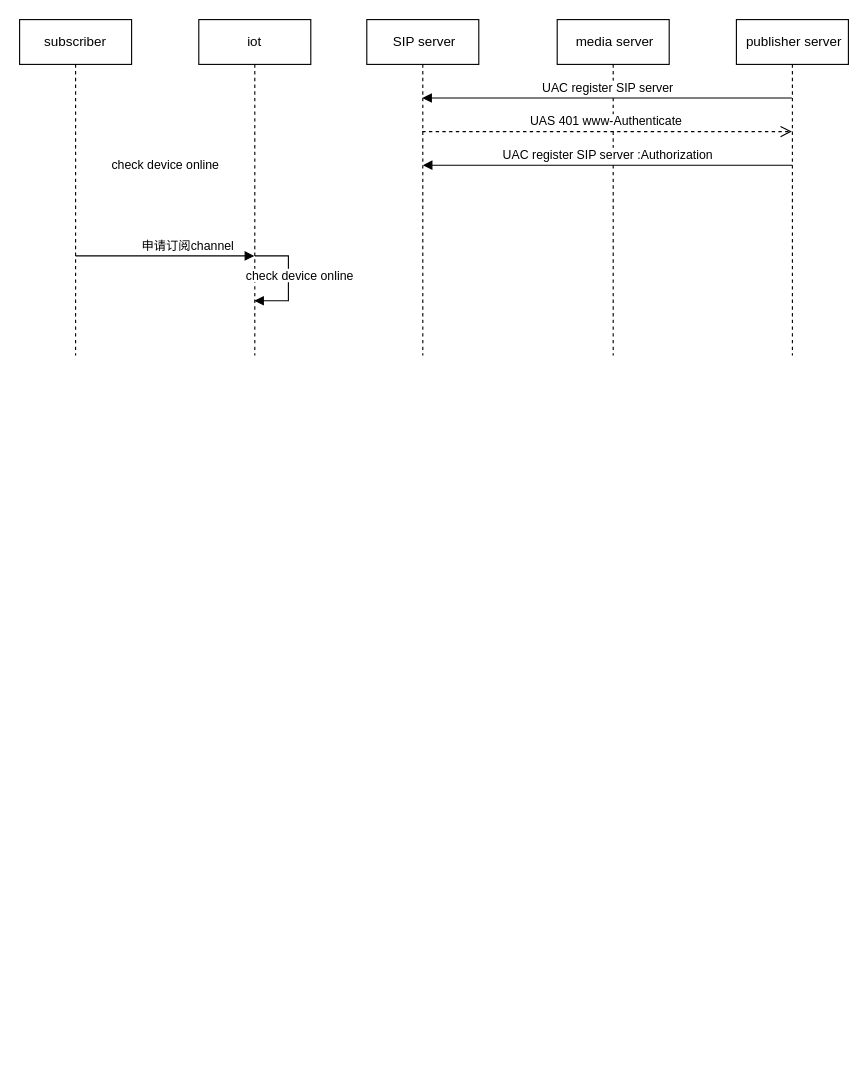
Above: SIP-SRS.drawio in cqu20141693/draw.io (draw.io), before the change. Source tidied: cells renumbered, new cells numbered last; positions are measured from the earlier drawing's top-left corner, leaving out a move shared by most shapes. Both pictures are drawn from the tidied source at 112%, with x=0, y=0 at pixel (19, 19).
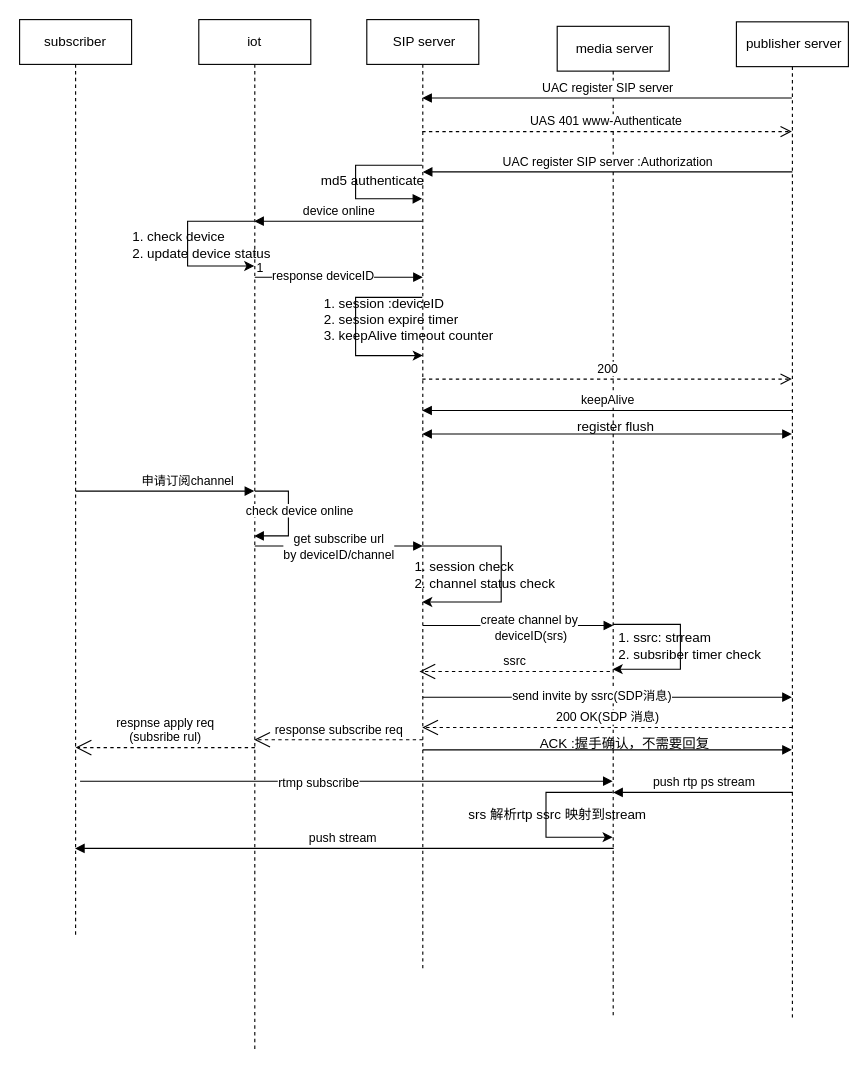
After the change.

Diff of the diagram source:
```diff
@@
     <mxCell id="2" value="subscriber" style="shape=umlLifeline;perimeter=lifelinePerimeter;whiteSpace=wrap;html=1;outlineConnect=0;" parent="1" vertex="1">
-      <mxGeometry width="100" height="300" as="geometry" />
+      <mxGeometry width="100" height="820" as="geometry" />
     </mxCell>
     <mxCell id="3" value="申请订阅channel" style="html=1;verticalAlign=bottom;endArrow=block;rounded=0;" parent="2" edge="1">
       <mxGeometry x="0.25" relative="1" as="geometry">
-        <mxPoint x="50" y="211" as="sourcePoint" />
-        <mxPoint x="209.5" y="211" as="targetPoint" />
+        <mxPoint x="50" y="421" as="sourcePoint" />
+        <mxPoint x="209.5" y="421" as="targetPoint" />
       </mxGeometry>
     </mxCell>
     <mxCell id="4" value="&amp;nbsp;SIP server" style="shape=umlLifeline;perimeter=lifelinePerimeter;whiteSpace=wrap;html=1;outlineConnect=0;" parent="1" vertex="1">
-      <mxGeometry x="310" width="100" height="300" as="geometry" />
+      <mxGeometry x="310" width="100" height="850" as="geometry" />
     </mxCell>
+    <mxCell id="14" value="md5 authenticate" style="text;html=1;align=center;verticalAlign=middle;strokeColor=none;fillColor=none;" parent="4" vertex="1">
+      <mxGeometry x="-50" y="134" width="110" height="20" as="geometry" />
+    </mxCell>
+    <mxCell id="15" style="endArrow=block;endFill=1;html=1;edgeStyle=orthogonalEdgeStyle;align=left;verticalAlign=top;rounded=0;" parent="4" edge="1">
+      <mxGeometry x="-1" relative="1" as="geometry">
+        <mxPoint x="-100" y="230" as="sourcePoint" />
+        <mxPoint x="50" y="230" as="targetPoint" />
+      </mxGeometry>
+    </mxCell>
+    <mxCell id="16" value="1" style="edgeLabel;html=1;align=left;verticalAlign=bottom;" parent="15" vertex="1">
+      <mxGeometry x="-1" relative="1" as="geometry" />
+    </mxCell>
+    <mxCell id="17" value="response deviceID" style="edgeLabel;html=1;align=center;verticalAlign=middle;" parent="15" vertex="1">
+      <mxGeometry x="-0.2" y="2" relative="1" as="geometry" />
+    </mxCell>
+    <mxCell id="18" style="html=1;verticalAlign=bottom;endArrow=block;rounded=0;" parent="4" edge="1">
+      <mxGeometry relative="1" as="geometry">
+        <mxPoint x="-100" y="470" as="sourcePoint" />
+        <mxPoint x="50" y="470" as="targetPoint" />
+      </mxGeometry>
+    </mxCell>
+    <mxCell id="19" value="get subscribe url &lt;br&gt;by deviceID/channel" style="edgeLabel;html=1;align=center;verticalAlign=middle;" parent="18" vertex="1">
+      <mxGeometry x="-0.21" relative="1" as="geometry">
+        <mxPoint x="15" as="offset" />
+      </mxGeometry>
+    </mxCell>
+    <mxCell id="20" value="response subscribe req" style="endArrow=open;endSize=12;dashed=1;html=1;rounded=0;verticalAlign=bottom;" parent="4" edge="1">
+      <mxGeometry relative="1" as="geometry">
+        <mxPoint x="50" y="643" as="sourcePoint" />
+        <mxPoint x="-100.5" y="643" as="targetPoint" />
+        <Array as="points">
+          <mxPoint x="-39.5" y="643" />
+        </Array>
+      </mxGeometry>
+    </mxCell>
     <mxCell id="5" value="&amp;nbsp;media server" style="shape=umlLifeline;perimeter=lifelinePerimeter;whiteSpace=wrap;html=1;outlineConnect=0;" parent="1" vertex="1">
-      <mxGeometry x="480" width="100" height="300" as="geometry" />
+      <mxGeometry x="480" y="6" width="100" height="884" as="geometry" />
     </mxCell>
@@
+    <mxCell id="21" style="html=1;verticalAlign=bottom;endArrow=block;rounded=0;" parent="5" edge="1">
+      <mxGeometry relative="1" as="geometry">
+        <mxPoint x="-120" y="535" as="sourcePoint" />
+        <mxPoint x="50" y="535" as="targetPoint" />
+      </mxGeometry>
+    </mxCell>
+    <mxCell id="22" value="create channel by&lt;br&gt;&amp;nbsp;deviceID(srs)" style="edgeLabel;html=1;align=center;verticalAlign=middle;" parent="21" vertex="1">
+      <mxGeometry x="0.1" y="-1" relative="1" as="geometry" />
+    </mxCell>
+    <mxCell id="23" style="edgeStyle=segmentEdgeStyle;endArrow=classic;html=1;rounded=0;verticalAlign=bottom;" parent="5" edge="1">
+      <mxGeometry relative="1" as="geometry">
+        <mxPoint x="49.5" y="684" as="sourcePoint" />
+        <mxPoint x="49.5" y="724" as="targetPoint" />
+        <Array as="points">
+          <mxPoint x="-10" y="684" />
+          <mxPoint x="-10" y="724" />
+        </Array>
+      </mxGeometry>
+    </mxCell>
+    <mxCell id="24" value="push stream&amp;nbsp;" style="html=1;verticalAlign=bottom;endArrow=block;rounded=0;" parent="5" edge="1" target="2">
+      <mxGeometry relative="1" as="geometry">
+        <mxPoint x="50.5" y="734" as="sourcePoint" />
+      </mxGeometry>
+    </mxCell>
     <mxCell id="7" value="&amp;nbsp;publisher server" style="shape=umlLifeline;perimeter=lifelinePerimeter;whiteSpace=wrap;html=1;outlineConnect=0;" parent="1" vertex="1">
-      <mxGeometry x="640" width="100" height="300" as="geometry" />
+      <mxGeometry x="640" y="2" width="100" height="890" as="geometry" />
     </mxCell>
+    <mxCell id="25" value="keepAlive" style="html=1;verticalAlign=bottom;endArrow=block;rounded=0;" parent="7" edge="1">
+      <mxGeometry relative="1" as="geometry">
+        <mxPoint x="50" y="347" as="sourcePoint" />
+        <mxPoint x="-280.5" y="347" as="targetPoint" />
+      </mxGeometry>
+    </mxCell>
+    <mxCell id="26" value="200 OK(SDP 消息)" style="endArrow=open;endSize=12;dashed=1;html=1;rounded=0;verticalAlign=bottom;" parent="7" edge="1" target="4">
+      <mxGeometry relative="1" as="geometry">
+        <mxPoint x="50" y="630" as="sourcePoint" />
+        <Array as="points">
+          <mxPoint x="-39.5" y="630" />
+        </Array>
+      </mxGeometry>
+    </mxCell>
+    <mxCell id="27" style="html=1;verticalAlign=bottom;endArrow=block;rounded=0;" parent="7" edge="1">
+      <mxGeometry relative="1" as="geometry">
+        <mxPoint x="-280" y="650" as="sourcePoint" />
+        <mxPoint x="49.5" y="650" as="targetPoint" />
+      </mxGeometry>
+    </mxCell>
     <mxCell id="8" value="iot" style="shape=umlLifeline;perimeter=lifelinePerimeter;whiteSpace=wrap;html=1;" parent="1" vertex="1">
-      <mxGeometry x="160" width="100" height="300" as="geometry" />
+      <mxGeometry x="160" width="100" height="920" as="geometry" />
     </mxCell>
     <mxCell id="9" style="html=1;verticalAlign=bottom;endArrow=block;rounded=0;" parent="8" edge="1">
       <mxGeometry x="-0.01" y="10" relative="1" as="geometry">
-        <mxPoint x="50" y="211" as="sourcePoint" />
-        <mxPoint x="49.5" y="251" as="targetPoint" />
+        <mxPoint x="50" y="421" as="sourcePoint" />
+        <mxPoint x="49.5" y="461" as="targetPoint" />
         <Array as="points">
-          <mxPoint x="80" y="211" />
-          <mxPoint x="80" y="251" />
+          <mxPoint x="80" y="421" />
+          <mxPoint x="80" y="461" />
         </Array>
       </mxGeometry>
     </mxCell>
+    <mxCell id="28" style="edgeStyle=segmentEdgeStyle;endArrow=classic;html=1;rounded=0;" parent="8" edge="1">
+      <mxGeometry relative="1" as="geometry">
+        <mxPoint x="49.5" y="180" as="sourcePoint" />
+        <mxPoint x="49.5" y="220" as="targetPoint" />
+        <Array as="points">
+          <mxPoint x="-10" y="180" />
+          <mxPoint x="-10" y="220" />
+        </Array>
+      </mxGeometry>
+    </mxCell>
+    <mxCell id="29" value="respnse apply req&lt;br&gt;(subsribe rul)" style="endArrow=open;endSize=12;dashed=1;html=1;rounded=0;verticalAlign=bottom;" parent="8" edge="1">
+      <mxGeometry relative="1" as="geometry">
+        <mxPoint x="50" y="650" as="sourcePoint" />
+        <mxPoint x="-110" y="650" as="targetPoint" />
+        <Array as="points">
+          <mxPoint x="-39.5" y="650" />
+        </Array>
+      </mxGeometry>
+    </mxCell>
     <mxCell id="10" value="&lt;span style=&quot;font-size: 11px ; background-color: rgb(255 , 255 , 255)&quot;&gt;check device online&lt;/span&gt;" style="text;html=1;align=center;verticalAlign=middle;strokeColor=none;fillColor=none;" parent="1" vertex="1">
-      <mxGeometry x="190" y="219" width="120" height="20" as="geometry" />
+      <mxGeometry x="190" y="429" width="120" height="20" as="geometry" />
     </mxCell>
@@
-    <mxCell id="13" value="&lt;span style=&quot;font-size: 11px ; background-color: rgb(255 , 255 , 255)&quot;&gt;check device online&lt;/span&gt;" style="text;html=1;align=center;verticalAlign=middle;strokeColor=none;fillColor=none;" parent="1" vertex="1">
-      <mxGeometry x="70" y="120" width="120" height="20" as="geometry" />
-    </mxCell>
+    <mxCell id="30" style="html=1;verticalAlign=bottom;endArrow=block;rounded=0;" parent="1" edge="1" source="4" target="4">
+      <mxGeometry relative="1" as="geometry">
+        <Array as="points">
+          <mxPoint x="330" y="130" />
+          <mxPoint x="310" y="130" />
+          <mxPoint x="300" y="130" />
+          <mxPoint x="300" y="140" />
+          <mxPoint x="300" y="150" />
+          <mxPoint x="300" y="160" />
+          <mxPoint x="330" y="160" />
+        </Array>
+      </mxGeometry>
+    </mxCell>
+    <mxCell id="31" style="edgeStyle=segmentEdgeStyle;endArrow=classic;html=1;rounded=0;" parent="1" edge="1">
+      <mxGeometry relative="1" as="geometry">
+        <mxPoint x="359.5" y="248" as="sourcePoint" />
+        <mxPoint x="360" y="300" as="targetPoint" />
+        <Array as="points">
+          <mxPoint x="300" y="248" />
+          <mxPoint x="300" y="300" />
+          <mxPoint x="360" y="300" />
+        </Array>
+      </mxGeometry>
+    </mxCell>
+    <mxCell id="32" value="1. session :deviceID&lt;br&gt;2. session expire timer&lt;br&gt;3. keepAlive timeout counter" style="text;html=1;align=left;verticalAlign=middle;strokeColor=none;fillColor=none;" parent="1" vertex="1">
+      <mxGeometry x="270" y="243" width="170" height="50" as="geometry" />
+    </mxCell>
+    <mxCell id="33" value="device online" style="html=1;verticalAlign=bottom;endArrow=block;rounded=0;" parent="1" edge="1">
+      <mxGeometry relative="1" as="geometry">
+        <mxPoint x="359.5" y="180" as="sourcePoint" />
+        <mxPoint x="209.5" y="180" as="targetPoint" />
+        <Array as="points">
+          <mxPoint x="300" y="180" />
+        </Array>
+      </mxGeometry>
+    </mxCell>
+    <mxCell id="34" value="1. check device&lt;br&gt;2. update device status" style="text;html=1;align=left;verticalAlign=middle;strokeColor=none;fillColor=none;" parent="1" vertex="1">
+      <mxGeometry x="99" y="186" width="140" height="30" as="geometry" />
+    </mxCell>
+    <mxCell id="35" value="200" style="html=1;verticalAlign=bottom;endArrow=open;dashed=1;endSize=8;rounded=0;" parent="1" edge="1">
+      <mxGeometry relative="1" as="geometry">
+        <mxPoint x="359.5" y="321" as="sourcePoint" />
+        <mxPoint x="689.5" y="321" as="targetPoint" />
+        <Array as="points">
+          <mxPoint x="400" y="321" />
+        </Array>
+      </mxGeometry>
+    </mxCell>
+    <mxCell id="36" style="endArrow=block;startArrow=block;endFill=1;startFill=1;html=1;rounded=0;verticalAlign=bottom;" parent="1" edge="1">
+      <mxGeometry relative="1" as="geometry">
+        <mxPoint x="359.5" y="370" as="sourcePoint" />
+        <mxPoint x="689.5" y="370" as="targetPoint" />
+        <Array as="points">
+          <mxPoint x="540" y="370" />
+        </Array>
+      </mxGeometry>
+    </mxCell>
+    <mxCell id="37" value="register flush" style="text;html=1;align=center;verticalAlign=middle;strokeColor=none;fillColor=none;" parent="1" vertex="1">
+      <mxGeometry x="492" y="354" width="80" height="20" as="geometry" />
+    </mxCell>
+    <mxCell id="38" value="1. session check&lt;br&gt;2. channel status check" style="text;html=1;align=left;verticalAlign=middle;strokeColor=none;fillColor=none;" parent="1" vertex="1">
+      <mxGeometry x="351" y="481" width="140" height="30" as="geometry" />
+    </mxCell>
+    <mxCell id="39" style="html=1;verticalAlign=bottom;endArrow=block;rounded=0;" parent="1" edge="1">
+      <mxGeometry relative="1" as="geometry">
+        <mxPoint x="360" y="605" as="sourcePoint" />
+        <mxPoint x="689.5" y="605" as="targetPoint" />
+      </mxGeometry>
+    </mxCell>
+    <mxCell id="40" value="send invite by ssrc(SDP消息)" style="edgeLabel;html=1;align=center;verticalAlign=middle;" parent="39" vertex="1">
+      <mxGeometry x="-0.09" y="2" relative="1" as="geometry" />
+    </mxCell>
+    <mxCell id="41" value="ssrc" style="endArrow=open;endSize=12;dashed=1;html=1;rounded=0;verticalAlign=bottom;" parent="1" edge="1">
+      <mxGeometry relative="1" as="geometry">
+        <mxPoint x="527" y="582" as="sourcePoint" />
+        <mxPoint x="357" y="582" as="targetPoint" />
+        <Array as="points">
+          <mxPoint x="437.5" y="582" />
+        </Array>
+      </mxGeometry>
+    </mxCell>
+    <mxCell id="42" style="edgeStyle=segmentEdgeStyle;endArrow=classic;html=1;rounded=0;verticalAlign=bottom;" parent="1" edge="1" source="4" target="4">
+      <mxGeometry relative="1" as="geometry">
+        <Array as="points">
+          <mxPoint x="430" y="470" />
+          <mxPoint x="430" y="520" />
+        </Array>
+      </mxGeometry>
+    </mxCell>
+    <mxCell id="43" style="edgeStyle=segmentEdgeStyle;endArrow=classic;html=1;rounded=0;verticalAlign=bottom;" parent="1" edge="1" source="5" target="5">
+      <mxGeometry relative="1" as="geometry">
+        <Array as="points">
+          <mxPoint x="590" y="540" />
+          <mxPoint x="590" y="580" />
+        </Array>
+      </mxGeometry>
+    </mxCell>
+    <mxCell id="44" value="1. ssrc: strream&lt;br&gt;2. subsriber timer check" style="text;html=1;align=left;verticalAlign=middle;strokeColor=none;fillColor=none;" parent="1" vertex="1">
+      <mxGeometry x="533" y="544" width="140" height="30" as="geometry" />
+    </mxCell>
+    <mxCell id="45" value="ACK :握手确认，不需要回复" style="text;html=1;align=center;verticalAlign=middle;strokeColor=none;fillColor=none;" parent="1" vertex="1">
+      <mxGeometry x="455" y="637" width="170" height="20" as="geometry" />
+    </mxCell>
+    <mxCell id="46" value="push rtp ps stream" style="html=1;verticalAlign=bottom;endArrow=block;rounded=0;" parent="1" edge="1">
+      <mxGeometry relative="1" as="geometry">
+        <mxPoint x="690.5" y="690" as="sourcePoint" />
+        <mxPoint x="530" y="690" as="targetPoint" />
+      </mxGeometry>
+    </mxCell>
+    <mxCell id="47" value="srs 解析rtp ssrc 映射到stream" style="text;html=1;align=center;verticalAlign=middle;strokeColor=none;fillColor=none;" parent="1" vertex="1">
+      <mxGeometry x="395" y="700" width="170" height="20" as="geometry" />
+    </mxCell>
+    <mxCell id="48" style="html=1;verticalAlign=bottom;endArrow=block;rounded=0;" parent="1" edge="1" target="5">
+      <mxGeometry relative="1" as="geometry">
+        <mxPoint x="54" y="680" as="sourcePoint" />
+      </mxGeometry>
+    </mxCell>
+    <mxCell id="49" value="rtmp subscribe" style="edgeLabel;html=1;align=center;verticalAlign=middle;" parent="48" vertex="1">
+      <mxGeometry x="-0.11" y="-1" relative="1" as="geometry" />
+    </mxCell>
```
